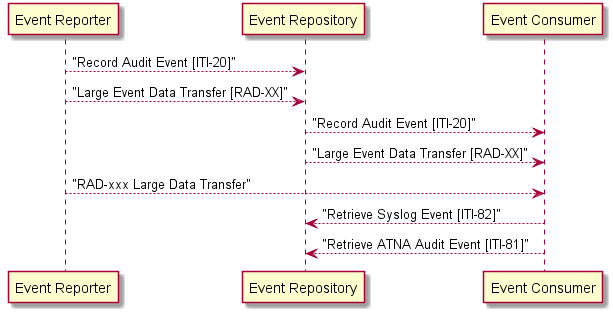
Above: actor-transaction.png in rjhorn-agfa/SOLE (PlantUML), before the change. The source it was exported from:
```plantuml
@startuml


"Event Reporter" --> "Event Repository" : "Record Audit Event [ITI-20]"
"Event Reporter" --> "Event Repository" : "Large Event Data Transfer [RAD-XX]"
"Event Repository" --> "Event Consumer" : "Record Audit Event [ITI-20]"
"Event Repository" --> "Event Consumer" : "Large Event Data Transfer [RAD-XX]"
"Event Reporter" --> "Event Consumer" : "RAD-xxx Large Data Transfer"
"Event Consumer" --> "Event Repository" : "Retrieve Syslog Event [ITI-82]"
"Event Consumer" --> "Event Repository" : "Retrieve ATNA Audit Event [ITI-81]"


@enduml
```
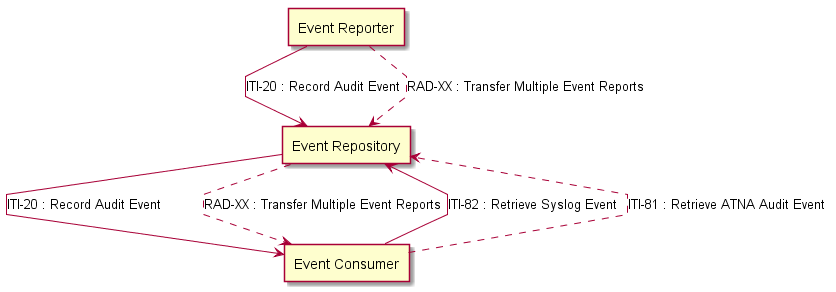
Above is the later version.

The edit, as a diff of the source:
```diff
@@ -1,13 +1,23 @@
 @startuml
 
+agent EventReporter [
+Event Reporter
+]
+agent EventRepository [
+Event Repository
+]
+agent EventConsumer [
+Event Consumer
+]
 
-"Event Reporter" --> "Event Repository" : "Record Audit Event [ITI-20]"
-"Event Reporter" --> "Event Repository" : "Large Event Data Transfer [RAD-XX]"
-"Event Repository" --> "Event Consumer" : "Record Audit Event [ITI-20]"
-"Event Repository" --> "Event Consumer" : "Large Event Data Transfer [RAD-XX]"
-"Event Reporter" --> "Event Consumer" : "RAD-xxx Large Data Transfer"
-"Event Consumer" --> "Event Repository" : "Retrieve Syslog Event [ITI-82]"
-"Event Consumer" --> "Event Repository" : "Retrieve ATNA Audit Event [ITI-81]"
+skinparam linetype ortho
+
+EventReporter --> EventRepository : "ITI-20 : Record Audit Event"
+EventReporter ..> EventRepository : "RAD-XX : Transfer Multiple Event Reports"
+EventRepository --> EventConsumer : "ITI-20 : Record Audit Event"
+EventRepository ..> EventConsumer : "RAD-XX : Transfer Multiple Event Reports"
+EventConsumer --> EventRepository : "ITI-82 : Retrieve Syslog Event"
+EventConsumer ..> EventRepository : "ITI-81 : Retrieve ATNA Audit Event"
 
 
 @enduml
```
